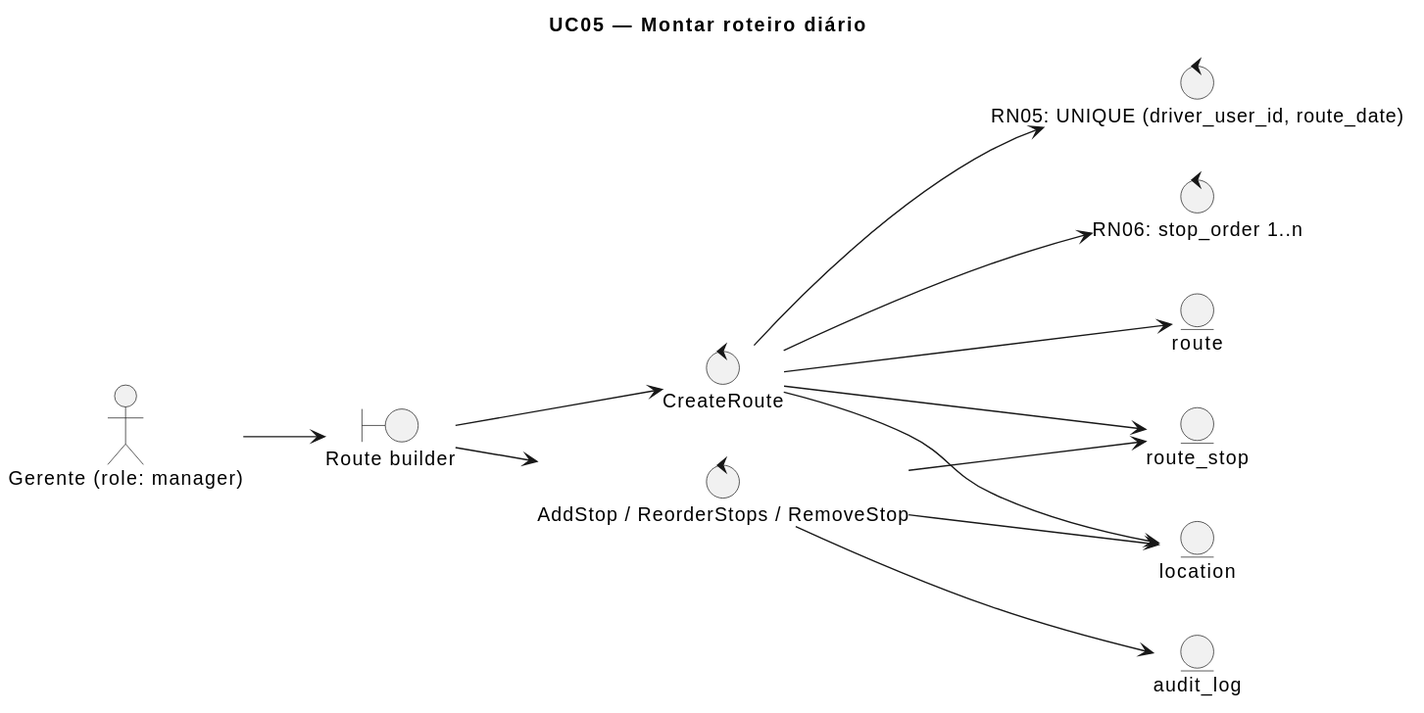
Earlier version of the PlantUML export docs/especificacao/diagrams/robustez-uc05-montar-roteiro.svg (xendak/terminus).
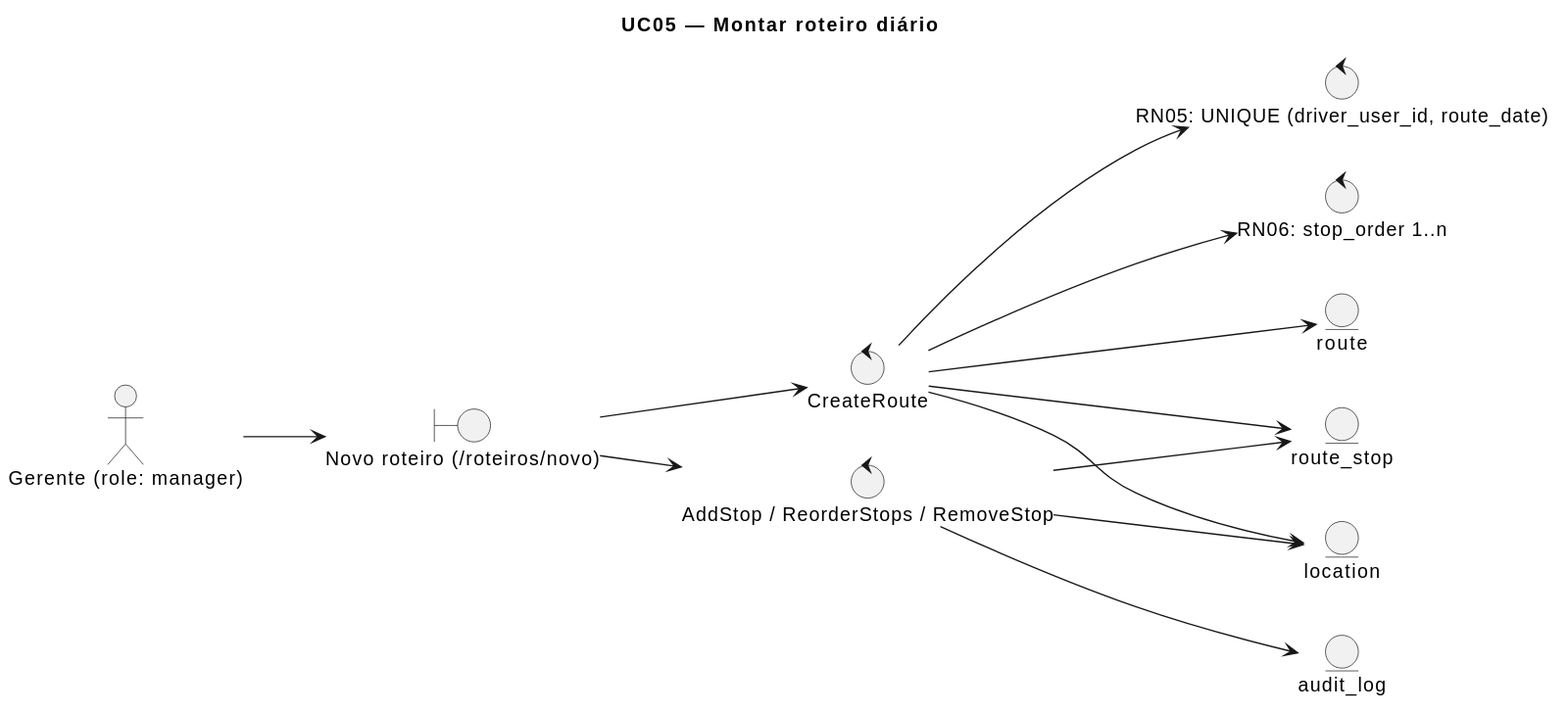
Above is the later version.

Diff of the diagram source:
```diff
@@ -4,7 +4,7 @@
 title UC05 — Montar roteiro diário
 
 actor "Gerente (role: manager)" as Gerente
-boundary "Route builder" as B1
+boundary "Novo roteiro (/roteiros/novo)" as B1
 control "CreateRoute" as C1
 control "RN05: UNIQUE (driver_user_id, route_date)" as C2
 control "RN06: stop_order 1..n" as C3
```
